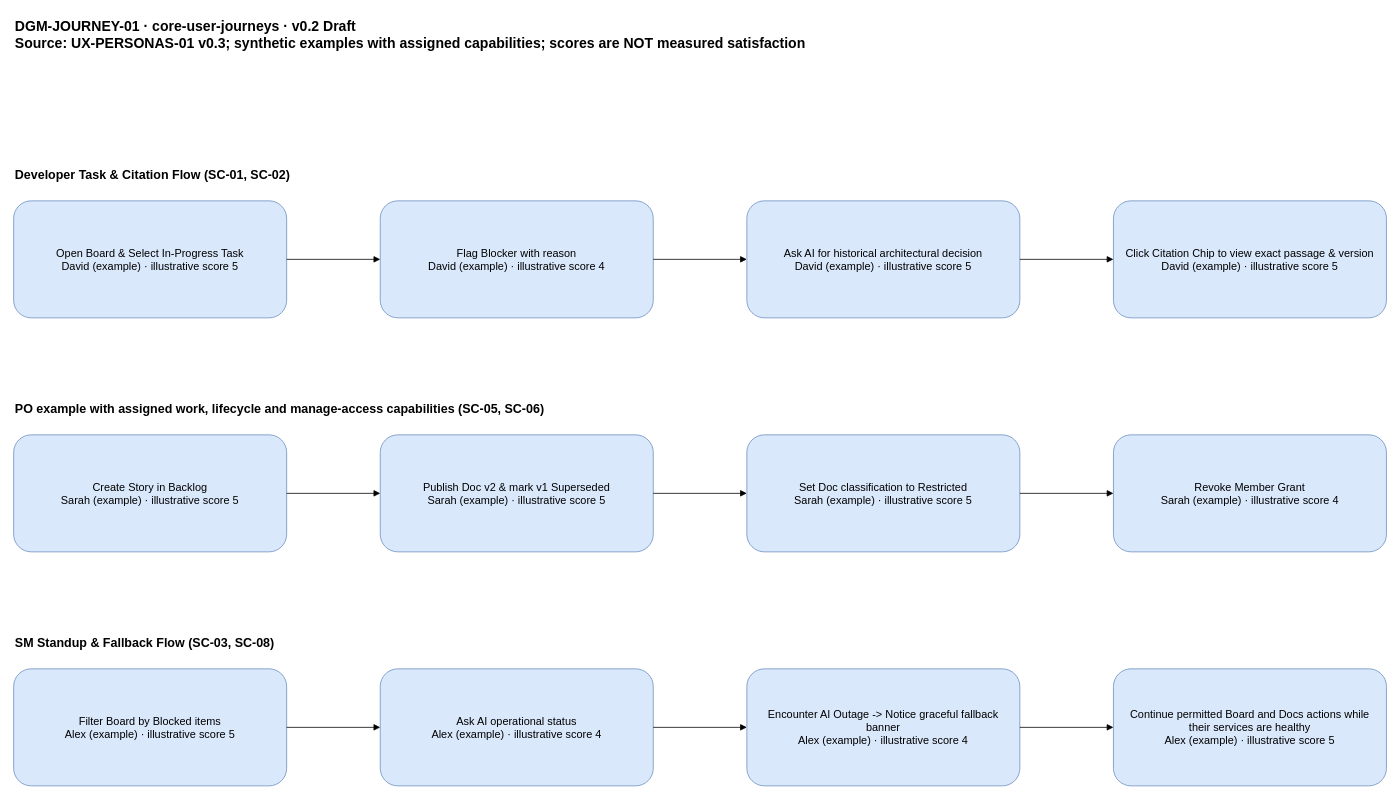
The draw.io diagram docs/sdlc/diagrams/user-journey/core-user-journeys.drawio in 900M100CK/scrum-workspace-KMS-ai, before the edit. Source tidied: cells renumbered, new cells numbered last; positions are measured from the earlier drawing's top-left corner, leaving out a move shared by most shapes. Both pictures are drawn from the tidied source at 78%, with x=0, y=0 at pixel (13, 13).
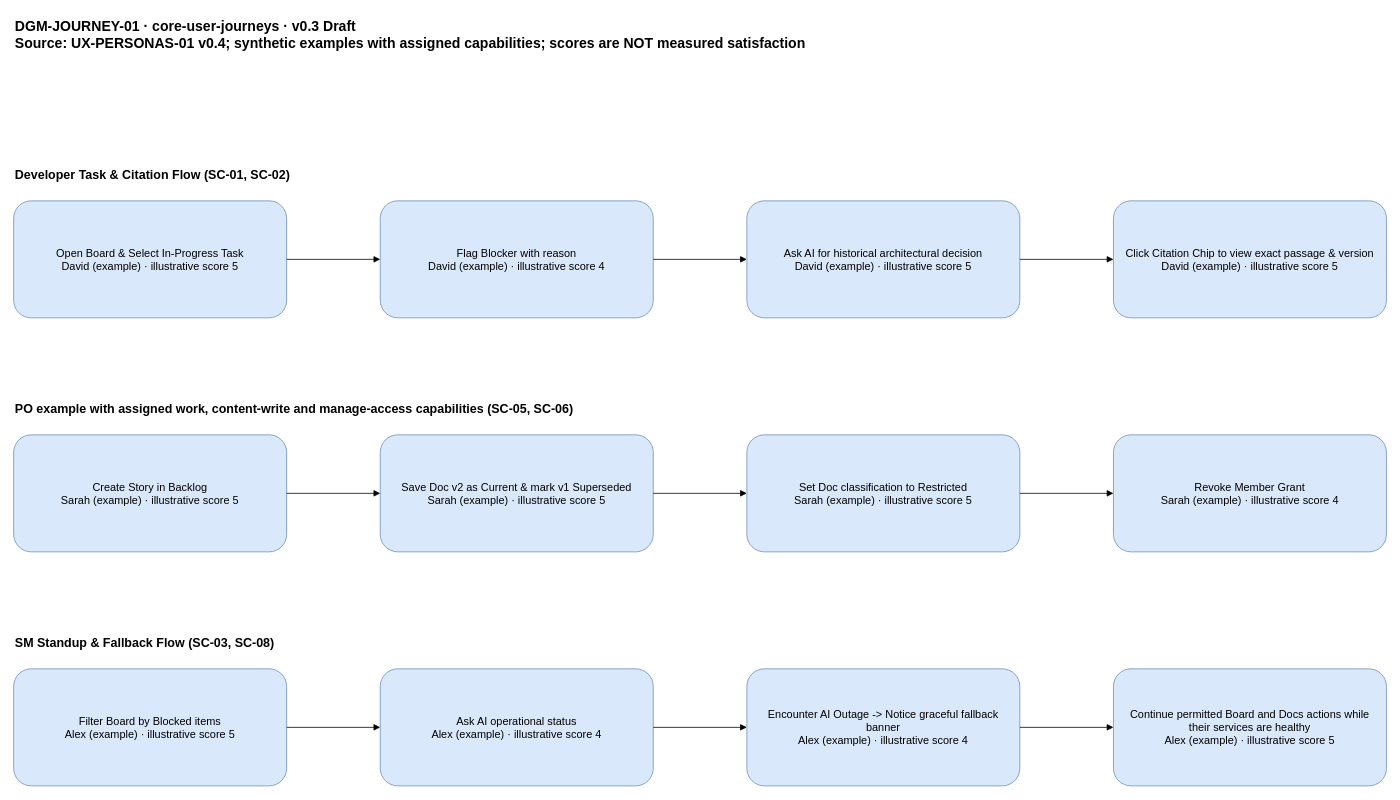
After the change.

The edit, as a diff of the source:
```diff
@@
-    <mxCell id="2" value="DGM-JOURNEY-01 · core-user-journeys · v0.2 Draft&#10;Source: UX-PERSONAS-01 v0.3; synthetic examples with assigned capabilities; scores are NOT measured satisfaction" style="text;html=1;whiteSpace=wrap;fontSize=18;fontStyle=1;align=left;" parent="1" vertex="1">
+    <mxCell id="2" value="DGM-JOURNEY-01 · core-user-journeys · v0.3 Draft&#10;Source: UX-PERSONAS-01 v0.4; synthetic examples with assigned capabilities; scores are NOT measured satisfaction" style="text;html=1;whiteSpace=wrap;fontSize=18;fontStyle=1;align=left;" parent="1" vertex="1">
       <mxGeometry width="1760" height="100" as="geometry" />
     </mxCell>
@@
-    <mxCell id="4" value="PO example with assigned work, lifecycle and manage-access capabilities (SC-05, SC-06)" style="text;html=1;fontSize=16;fontStyle=1;align=left;" parent="1" vertex="1">
+    <mxCell id="4" value="PO example with assigned work, content-write and manage-access capabilities (SC-05, SC-06)" style="text;html=1;fontSize=16;fontStyle=1;align=left;" parent="1" vertex="1">
       <mxGeometry y="490" width="1700" height="40" as="geometry" />
     </mxCell>
@@
-    <mxCell id="11" value="Publish Doc v2 &amp; mark v1 Superseded&#10;Sarah (example) · illustrative score 5" style="rounded=1;fillColor=#dae8fc;strokeColor=#6c8ebf;whiteSpace=wrap;html=1;fontSize=14;spacing=12;" parent="1" vertex="1">
+    <mxCell id="11" value="Save Doc v2 as Current &amp; mark v1 Superseded&#10;Sarah (example) · illustrative score 5" style="rounded=1;fillColor=#dae8fc;strokeColor=#6c8ebf;whiteSpace=wrap;html=1;fontSize=14;spacing=12;" parent="1" vertex="1">
       <mxGeometry x="470" y="540" width="350" height="150" as="geometry" />
     </mxCell>
```
